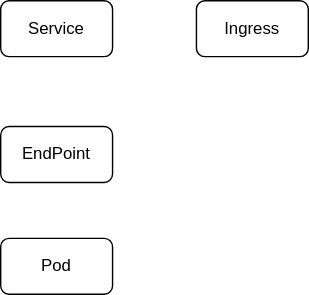
Earlier version of the draw.io export K8s资源关联关系.drawio.svg (NewerLsg/GitBook). Source tidied: cells renumbered, new cells last; positions are measured from the earlier drawing's top-left corner, leaving out a move shared by most shapes.
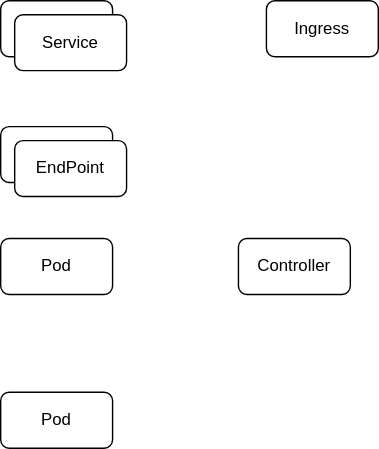
Later version of the same file.

Commit message:
更新K8s资源关联关系.drawio.svg

Diff of the diagram source:
```diff
@@ -12,7 +12,19 @@
       <mxGeometry width="80" height="40" as="geometry" />
     </mxCell>
     <mxCell id="5" value="Ingress" style="rounded=1;whiteSpace=wrap;html=1;" parent="1" vertex="1">
-      <mxGeometry x="140" width="80" height="40" as="geometry" />
+      <mxGeometry x="190" width="80" height="40" as="geometry" />
     </mxCell>
+    <mxCell id="6" value="EndPoint" style="rounded=1;whiteSpace=wrap;html=1;" parent="1" vertex="1">
+      <mxGeometry x="10" y="100" width="80" height="40" as="geometry" />
+    </mxCell>
+    <mxCell id="7" value="Service" style="rounded=1;whiteSpace=wrap;html=1;" parent="1" vertex="1">
+      <mxGeometry x="10" y="10" width="80" height="40" as="geometry" />
+    </mxCell>
+    <mxCell id="8" value="Pod" style="rounded=1;whiteSpace=wrap;html=1;" parent="1" vertex="1">
+      <mxGeometry y="280" width="80" height="40" as="geometry" />
+    </mxCell>
+    <mxCell id="9" value="Controller" style="rounded=1;whiteSpace=wrap;html=1;" parent="1" vertex="1">
+      <mxGeometry x="170" y="170" width="80" height="40" as="geometry" />
+    </mxCell>
   </root>
 </mxGraphModel>
```
